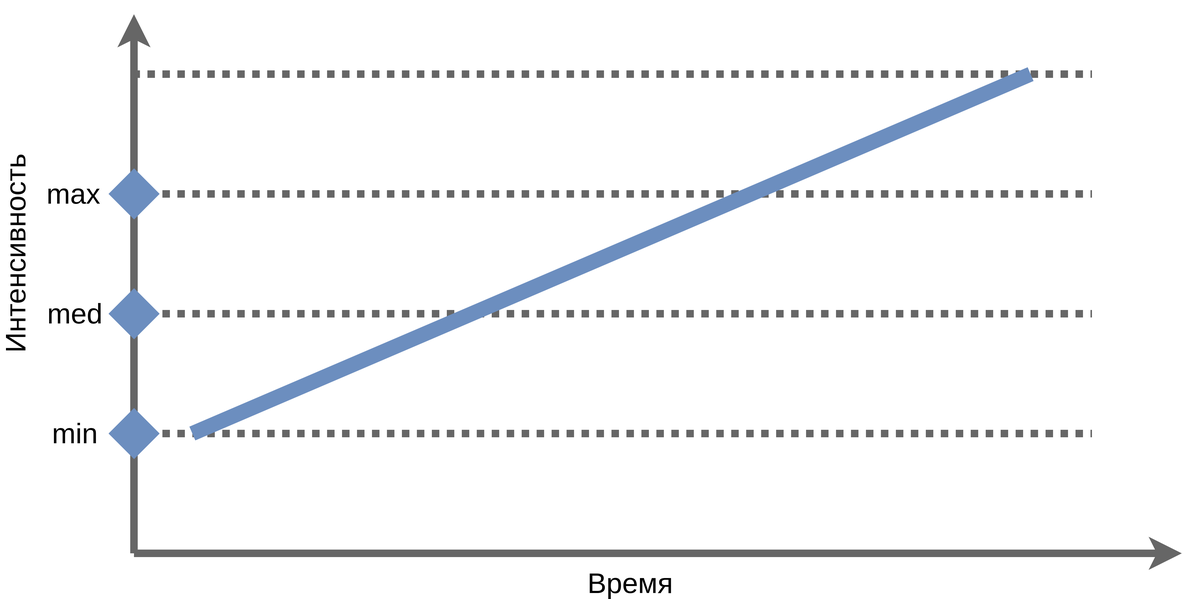
Earlier version of the draw.io export docs/images/1/load.testing-2.png (polarnik/perflab). Source tidied: cells renumbered, new cells last; positions are measured from the earlier drawing's top-left corner, leaving out a move shared by most shapes. Its diagram source:
```xml
<mxGraphModel>
  <root>
    <mxCell id="0" />
    <mxCell id="1" parent="0" />
    <mxCell id="2" style="endArrow=classic;html=1;strokeWidth=5;jumpStyle=arc;fillColor=#f5f5f5;strokeColor=#666666;" parent="1" edge="1">
      <mxGeometry relative="1" as="geometry">
        <mxPoint x="99" y="360" as="sourcePoint" />
        <mxPoint x="799" y="360" as="targetPoint" />
      </mxGeometry>
    </mxCell>
    <mxCell id="3" style="endArrow=classic;html=1;strokeWidth=5;jumpStyle=arc;fillColor=#f5f5f5;strokeColor=#666666;" parent="1" edge="1">
      <mxGeometry relative="1" as="geometry">
        <mxPoint x="99" y="360" as="sourcePoint" />
        <mxPoint x="99" as="targetPoint" />
      </mxGeometry>
    </mxCell>
    <mxCell id="4" style="endArrow=none;dashed=1;html=1;strokeWidth=5;dashPattern=1 1;fillColor=#f5f5f5;strokeColor=#666666;startArrow=none;startFill=0;startSize=8;" parent="1" edge="1">
      <mxGeometry relative="1" as="geometry">
        <mxPoint x="98" y="280" as="sourcePoint" />
        <mxPoint x="739" y="280" as="targetPoint" />
      </mxGeometry>
    </mxCell>
    <mxCell id="5" style="endArrow=none;dashed=1;html=1;strokeWidth=5;dashPattern=1 1;fillColor=#f5f5f5;strokeColor=#666666;" parent="1" edge="1">
      <mxGeometry relative="1" as="geometry">
        <mxPoint x="98" y="200" as="sourcePoint" />
        <mxPoint x="739" y="200" as="targetPoint" />
      </mxGeometry>
    </mxCell>
    <mxCell id="6" style="endArrow=none;dashed=1;html=1;strokeWidth=5;dashPattern=1 1;fillColor=#f5f5f5;strokeColor=#666666;" parent="1" edge="1">
      <mxGeometry relative="1" as="geometry">
        <mxPoint x="98" y="120" as="sourcePoint" />
        <mxPoint x="739" y="120" as="targetPoint" />
      </mxGeometry>
    </mxCell>
    <mxCell id="7" style="endArrow=none;dashed=1;html=1;strokeWidth=5;dashPattern=1 1;fillColor=#f5f5f5;strokeColor=#666666;" parent="1" edge="1">
      <mxGeometry relative="1" as="geometry">
        <mxPoint x="98" y="40" as="sourcePoint" />
        <mxPoint x="739" y="40" as="targetPoint" />
      </mxGeometry>
    </mxCell>
    <mxCell id="8" style="endArrow=none;html=1;strokeWidth=10;targetPerimeterSpacing=0;comic=0;shadow=0;jumpStyle=none;orthogonalLoop=1;fillColor=#dae8fc;strokeColor=#6c8ebf;rounded=1;" parent="1" edge="1">
      <mxGeometry relative="1" as="geometry">
        <mxPoint x="138" y="280" as="sourcePoint" />
        <mxPoint x="698" y="40" as="targetPoint" />
      </mxGeometry>
    </mxCell>
    <mxCell id="9" style="endArrow=none;html=1;shadow=0;strokeWidth=10;startArrow=diamond;startFill=1;startSize=10;fillColor=#dae8fc;strokeColor=#6c8ebf;" parent="1" edge="1">
      <mxGeometry relative="1" as="geometry">
        <mxPoint x="82" y="280" as="sourcePoint" />
        <mxPoint x="101" y="280" as="targetPoint" />
      </mxGeometry>
    </mxCell>
    <mxCell id="10" style="endArrow=none;html=1;shadow=0;strokeWidth=10;startArrow=diamond;startFill=1;startSize=10;fillColor=#dae8fc;strokeColor=#6c8ebf;endSize=0;" parent="1" edge="1">
      <mxGeometry relative="1" as="geometry">
        <mxPoint x="82" y="200" as="sourcePoint" />
        <mxPoint x="99" y="200" as="targetPoint" />
      </mxGeometry>
    </mxCell>
    <mxCell id="11" style="endArrow=none;html=1;shadow=0;strokeWidth=10;startArrow=diamond;startFill=1;startSize=10;fillColor=#dae8fc;strokeColor=#6c8ebf;endSize=0;" parent="1" edge="1">
      <mxGeometry relative="1" as="geometry">
        <mxPoint x="82" y="120" as="sourcePoint" />
        <mxPoint x="99" y="120" as="targetPoint" />
      </mxGeometry>
    </mxCell>
    <mxCell id="12" value="min" style="text;html=1;strokeColor=none;fillColor=none;align=center;verticalAlign=middle;whiteSpace=wrap;rounded=0;fontSize=19;" parent="1" vertex="1">
      <mxGeometry x="39" y="270" width="40" height="20" as="geometry" />
    </mxCell>
    <mxCell id="13" value="med" style="text;html=1;strokeColor=none;fillColor=none;align=center;verticalAlign=middle;whiteSpace=wrap;rounded=0;fontSize=19;" parent="1" vertex="1">
      <mxGeometry x="39" y="190" width="40" height="20" as="geometry" />
    </mxCell>
    <mxCell id="14" value="max" style="text;html=1;strokeColor=none;fillColor=none;align=center;verticalAlign=middle;whiteSpace=wrap;rounded=0;fontSize=19;" parent="1" vertex="1">
      <mxGeometry x="39" y="110" width="40" height="20" as="geometry" />
    </mxCell>
    <mxCell id="15" value="Время" style="text;html=1;strokeColor=none;fillColor=none;align=center;verticalAlign=middle;whiteSpace=wrap;rounded=0;fontSize=19;" parent="1" vertex="1">
      <mxGeometry x="411" y="370" width="40" height="20" as="geometry" />
    </mxCell>
    <mxCell id="16" value="Интенсивность" style="text;html=1;strokeColor=none;fillColor=none;align=center;verticalAlign=middle;whiteSpace=wrap;rounded=0;fontSize=19;rotation=-90;" parent="1" vertex="1">
      <mxGeometry y="150" width="40" height="20" as="geometry" />
    </mxCell>
  </root>
</mxGraphModel>
```
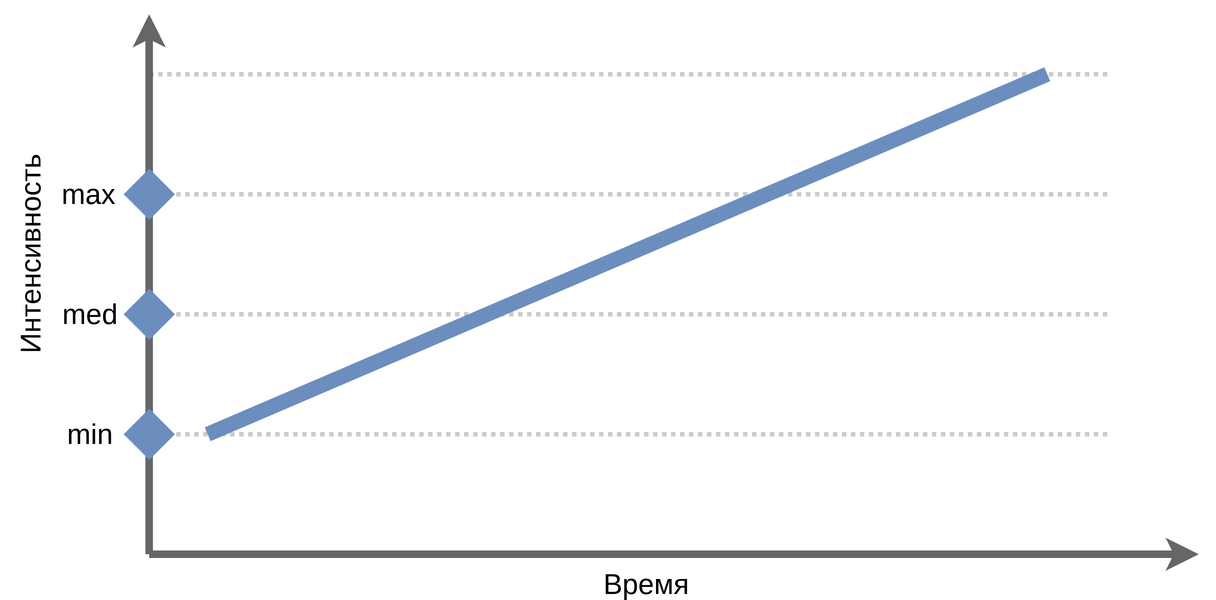
Later version of the same file.

What changed in the source:
```diff
@@ -2,80 +2,83 @@
   <root>
     <mxCell id="0" />
     <mxCell id="1" parent="0" />
-    <mxCell id="2" style="endArrow=classic;html=1;strokeWidth=5;jumpStyle=arc;fillColor=#f5f5f5;strokeColor=#666666;" parent="1" edge="1">
-      <mxGeometry relative="1" as="geometry">
-        <mxPoint x="99" y="360" as="sourcePoint" />
-        <mxPoint x="799" y="360" as="targetPoint" />
-      </mxGeometry>
+    <mxCell id="2" style="group;" parent="1" vertex="1">
+      <mxGeometry width="799" height="390" as="geometry" />
     </mxCell>
-    <mxCell id="3" style="endArrow=classic;html=1;strokeWidth=5;jumpStyle=arc;fillColor=#f5f5f5;strokeColor=#666666;" parent="1" edge="1">
+    <mxCell id="3" style="endArrow=none;dashed=1;html=1;strokeWidth=3;dashPattern=1 1;fillColor=#f5f5f5;strokeColor=#CCCCCC;" parent="2" edge="1">
       <mxGeometry relative="1" as="geometry">
-        <mxPoint x="99" y="360" as="sourcePoint" />
-        <mxPoint x="99" as="targetPoint" />
+        <mxPoint x="99" y="40" as="sourcePoint" />
+        <mxPoint x="739" y="40" as="targetPoint" />
       </mxGeometry>
     </mxCell>
-    <mxCell id="4" style="endArrow=none;dashed=1;html=1;strokeWidth=5;dashPattern=1 1;fillColor=#f5f5f5;strokeColor=#666666;startArrow=none;startFill=0;startSize=8;" parent="1" edge="1">
+    <mxCell id="4" style="endArrow=classic;html=1;strokeWidth=5;jumpStyle=arc;fillColor=#f5f5f5;strokeColor=#666666;" parent="2" edge="1">
       <mxGeometry relative="1" as="geometry">
-        <mxPoint x="98" y="280" as="sourcePoint" />
-        <mxPoint x="739" y="280" as="targetPoint" />
+        <mxPoint x="99" y="360" as="sourcePoint" />
+        <mxPoint x="799" y="360" as="targetPoint" />
       </mxGeometry>
     </mxCell>
-    <mxCell id="5" style="endArrow=none;dashed=1;html=1;strokeWidth=5;dashPattern=1 1;fillColor=#f5f5f5;strokeColor=#666666;" parent="1" edge="1">
+    <mxCell id="5" style="endArrow=classic;html=1;strokeWidth=5;jumpStyle=arc;fillColor=#f5f5f5;strokeColor=#666666;" parent="2" edge="1">
       <mxGeometry relative="1" as="geometry">
-        <mxPoint x="98" y="200" as="sourcePoint" />
-        <mxPoint x="739" y="200" as="targetPoint" />
+        <mxPoint x="99" y="360" as="sourcePoint" />
+        <mxPoint x="99" as="targetPoint" />
       </mxGeometry>
     </mxCell>
-    <mxCell id="6" style="endArrow=none;dashed=1;html=1;strokeWidth=5;dashPattern=1 1;fillColor=#f5f5f5;strokeColor=#666666;" parent="1" edge="1">
+    <mxCell id="6" style="endArrow=none;dashed=1;html=1;strokeWidth=3;dashPattern=1 1;fillColor=#f5f5f5;strokeColor=#CCCCCC;startArrow=none;startFill=0;startSize=8;" parent="2" edge="1">
       <mxGeometry relative="1" as="geometry">
-        <mxPoint x="98" y="120" as="sourcePoint" />
-        <mxPoint x="739" y="120" as="targetPoint" />
+        <mxPoint x="99" y="280" as="sourcePoint" />
+        <mxPoint x="739" y="280" as="targetPoint" />
       </mxGeometry>
     </mxCell>
-    <mxCell id="7" style="endArrow=none;dashed=1;html=1;strokeWidth=5;dashPattern=1 1;fillColor=#f5f5f5;strokeColor=#666666;" parent="1" edge="1">
+    <mxCell id="7" style="endArrow=none;dashed=1;html=1;strokeWidth=3;dashPattern=1 1;fillColor=#f5f5f5;strokeColor=#CCCCCC;" parent="2" edge="1">
       <mxGeometry relative="1" as="geometry">
-        <mxPoint x="98" y="40" as="sourcePoint" />
-        <mxPoint x="739" y="40" as="targetPoint" />
+        <mxPoint x="99" y="200" as="sourcePoint" />
+        <mxPoint x="739" y="200" as="targetPoint" />
       </mxGeometry>
     </mxCell>
-    <mxCell id="8" style="endArrow=none;html=1;strokeWidth=10;targetPerimeterSpacing=0;comic=0;shadow=0;jumpStyle=none;orthogonalLoop=1;fillColor=#dae8fc;strokeColor=#6c8ebf;rounded=1;" parent="1" edge="1">
+    <mxCell id="8" style="endArrow=none;dashed=1;html=1;strokeWidth=3;dashPattern=1 1;fillColor=#f5f5f5;strokeColor=#CCCCCC;" parent="2" edge="1">
       <mxGeometry relative="1" as="geometry">
-        <mxPoint x="138" y="280" as="sourcePoint" />
-        <mxPoint x="698" y="40" as="targetPoint" />
+        <mxPoint x="99" y="120" as="sourcePoint" />
+        <mxPoint x="739" y="120" as="targetPoint" />
       </mxGeometry>
     </mxCell>
-    <mxCell id="9" style="endArrow=none;html=1;shadow=0;strokeWidth=10;startArrow=diamond;startFill=1;startSize=10;fillColor=#dae8fc;strokeColor=#6c8ebf;" parent="1" edge="1">
+    <mxCell id="9" style="endArrow=none;html=1;strokeWidth=10;targetPerimeterSpacing=0;comic=0;shadow=0;jumpStyle=none;orthogonalLoop=1;fillColor=#dae8fc;strokeColor=#6c8ebf;rounded=1;" parent="2" edge="1">
       <mxGeometry relative="1" as="geometry">
-        <mxPoint x="82" y="280" as="sourcePoint" />
-        <mxPoint x="101" y="280" as="targetPoint" />
+        <mxPoint x="138" y="280" as="sourcePoint" />
+        <mxPoint x="698" y="40" as="targetPoint" />
       </mxGeometry>
     </mxCell>
-    <mxCell id="10" style="endArrow=none;html=1;shadow=0;strokeWidth=10;startArrow=diamond;startFill=1;startSize=10;fillColor=#dae8fc;strokeColor=#6c8ebf;endSize=0;" parent="1" edge="1">
+    <mxCell id="10" style="endArrow=none;html=1;shadow=0;strokeWidth=10;startArrow=diamond;startFill=1;startSize=10;fillColor=#dae8fc;strokeColor=#6c8ebf;" parent="2" edge="1">
       <mxGeometry relative="1" as="geometry">
-        <mxPoint x="82" y="200" as="sourcePoint" />
-        <mxPoint x="99" y="200" as="targetPoint" />
+        <mxPoint x="82" y="280" as="sourcePoint" />
+        <mxPoint x="101" y="280" as="targetPoint" />
       </mxGeometry>
     </mxCell>
-    <mxCell id="11" style="endArrow=none;html=1;shadow=0;strokeWidth=10;startArrow=diamond;startFill=1;startSize=10;fillColor=#dae8fc;strokeColor=#6c8ebf;endSize=0;" parent="1" edge="1">
+    <mxCell id="11" style="endArrow=none;html=1;shadow=0;strokeWidth=10;startArrow=diamond;startFill=1;startSize=10;fillColor=#dae8fc;strokeColor=#6c8ebf;endSize=0;" parent="2" edge="1">
       <mxGeometry relative="1" as="geometry">
-        <mxPoint x="82" y="120" as="sourcePoint" />
-        <mxPoint x="99" y="120" as="targetPoint" />
+        <mxPoint x="82" y="200" as="sourcePoint" />
+        <mxPoint x="99" y="200" as="targetPoint" />
       </mxGeometry>
     </mxCell>
-    <mxCell id="12" value="min" style="text;html=1;strokeColor=none;fillColor=none;align=center;verticalAlign=middle;whiteSpace=wrap;rounded=0;fontSize=19;" parent="1" vertex="1">
-      <mxGeometry x="39" y="270" width="40" height="20" as="geometry" />
+    <mxCell id="12" style="endArrow=none;html=1;shadow=0;strokeWidth=10;startArrow=diamond;startFill=1;startSize=10;fillColor=#dae8fc;strokeColor=#6c8ebf;endSize=0;" parent="2" edge="1">
+      <mxGeometry relative="1" as="geometry">
+        <mxPoint x="82" y="120" as="sourcePoint" />
+        <mxPoint x="99" y="120" as="targetPoint" />
+      </mxGeometry>
     </mxCell>
-    <mxCell id="13" value="med" style="text;html=1;strokeColor=none;fillColor=none;align=center;verticalAlign=middle;whiteSpace=wrap;rounded=0;fontSize=19;" parent="1" vertex="1">
-      <mxGeometry x="39" y="190" width="40" height="20" as="geometry" />
+    <mxCell id="13" value="min" style="text;html=1;strokeColor=none;fillColor=none;align=center;verticalAlign=middle;whiteSpace=wrap;rounded=0;fontSize=19;" parent="2" vertex="1">
+      <mxGeometry x="39" y="270" width="40" height="20" as="geometry" />
     </mxCell>
-    <mxCell id="14" value="max" style="text;html=1;strokeColor=none;fillColor=none;align=center;verticalAlign=middle;whiteSpace=wrap;rounded=0;fontSize=19;" parent="1" vertex="1">
-      <mxGeometry x="39" y="110" width="40" height="20" as="geometry" />
+    <mxCell id="14" value="med" style="text;html=1;strokeColor=none;fillColor=none;align=center;verticalAlign=middle;whiteSpace=wrap;rounded=0;fontSize=19;" parent="2" vertex="1">
+      <mxGeometry x="39" y="190" width="40" height="20" as="geometry" />
     </mxCell>
-    <mxCell id="15" value="Время" style="text;html=1;strokeColor=none;fillColor=none;align=center;verticalAlign=middle;whiteSpace=wrap;rounded=0;fontSize=19;" parent="1" vertex="1">
-      <mxGeometry x="411" y="370" width="40" height="20" as="geometry" />
+    <mxCell id="15" value="max" style="text;html=1;strokeColor=none;fillColor=none;align=center;verticalAlign=middle;whiteSpace=wrap;rounded=0;fontSize=19;" parent="2" vertex="1">
+      <mxGeometry x="39" y="110" width="40" height="20" as="geometry" />
     </mxCell>
-    <mxCell id="16" value="Интенсивность" style="text;html=1;strokeColor=none;fillColor=none;align=center;verticalAlign=middle;whiteSpace=wrap;rounded=0;fontSize=19;rotation=-90;" parent="1" vertex="1">
-      <mxGeometry y="150" width="40" height="20" as="geometry" />
+    <mxCell id="16" value="Время" style="text;html=1;strokeColor=none;fillColor=none;align=center;verticalAlign=middle;whiteSpace=wrap;rounded=0;fontSize=19;" parent="2" vertex="1">
+      <mxGeometry x="411" y="370" width="40" height="20" as="geometry" />
     </mxCell>
+    <mxCell id="17" value="Интенсивность" style="text;html=1;strokeColor=none;fillColor=none;align=center;verticalAlign=middle;whiteSpace=wrap;rounded=0;fontSize=19;rotation=-90;" parent="2" vertex="1">
+      <mxGeometry y="150" width="40" height="20" as="geometry" />
+    </mxCell>
   </root>
 </mxGraphModel>
```
